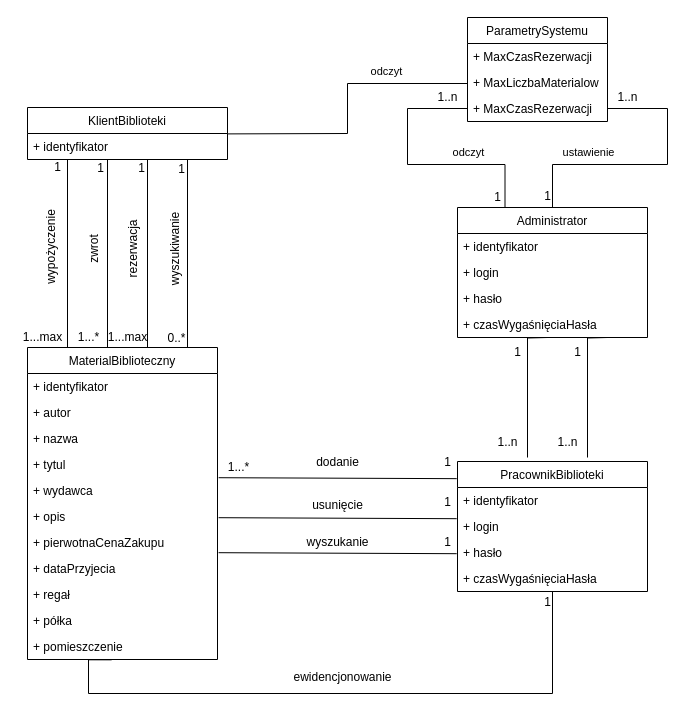
The draw.io diagram Class diagram.drawio in mrogur/inz_opr, before the edit. Source tidied: cells renumbered, new cells numbered last; positions are measured from the earlier drawing's top-left corner, leaving out a move shared by most shapes. Both pictures are drawn from the tidied source at 100%, with x=0, y=0 at pixel (6, 17).
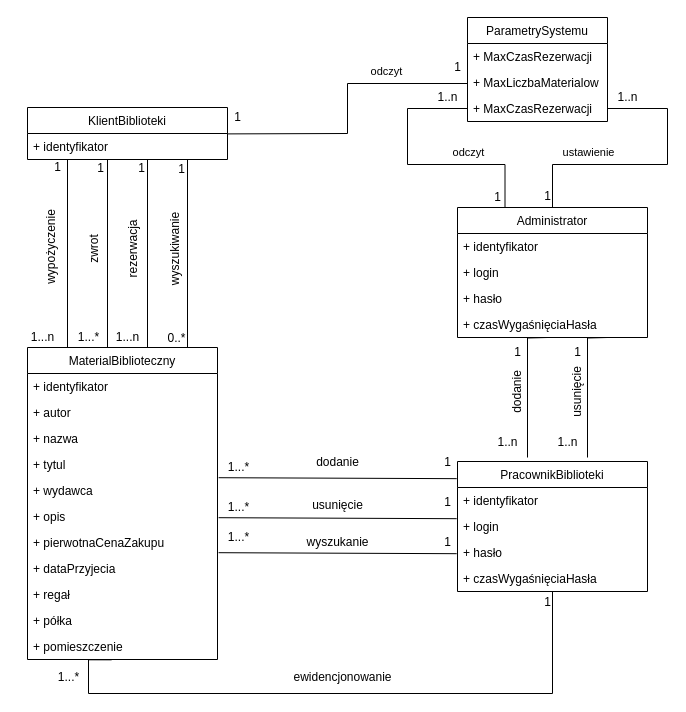
The same page after the edit.

Diff of the diagram source:
```diff
@@
-    <mxCell id="44" value="1...max" style="text;html=1;align=center;verticalAlign=middle;strokeColor=none;fillColor=none;" parent="1" vertex="1">
-      <mxGeometry x="11" y="310" width="50" height="20" as="geometry" />
+    <mxCell id="44" value="1...n" style="text;html=1;align=center;verticalAlign=middle;strokeColor=none;fillColor=none;" parent="1" vertex="1">
+      <mxGeometry x="16" y="310" width="40" height="20" as="geometry" />
     </mxCell>
@@
-    <mxCell id="46" value="1...max" style="text;html=1;align=center;verticalAlign=middle;strokeColor=none;fillColor=none;" parent="1" vertex="1">
-      <mxGeometry x="96" y="310" width="50" height="20" as="geometry" />
+    <mxCell id="46" value="1...n" style="text;html=1;align=center;verticalAlign=middle;strokeColor=none;fillColor=none;" parent="1" vertex="1">
+      <mxGeometry x="101" y="310" width="40" height="20" as="geometry" />
     </mxCell>
@@
+    <mxCell id="73" value="1...*" style="text;html=1;align=center;verticalAlign=middle;strokeColor=none;fillColor=none;" parent="1" vertex="1">
+      <mxGeometry x="212" y="480" width="40" height="20" as="geometry" />
+    </mxCell>
+    <mxCell id="74" value="1...*" style="text;html=1;align=center;verticalAlign=middle;strokeColor=none;fillColor=none;" parent="1" vertex="1">
+      <mxGeometry x="212" y="510" width="40" height="20" as="geometry" />
+    </mxCell>
+    <mxCell id="75" value="1...*" style="text;html=1;align=center;verticalAlign=middle;strokeColor=none;fillColor=none;" parent="1" vertex="1">
+      <mxGeometry x="42" y="650" width="40" height="20" as="geometry" />
+    </mxCell>
+    <mxCell id="76" value="dodanie" style="text;html=1;align=center;verticalAlign=middle;strokeColor=none;fillColor=none;rotation=-90;" parent="1" vertex="1">
+      <mxGeometry x="481" y="365" width="60" height="20" as="geometry" />
+    </mxCell>
+    <mxCell id="77" value="usunięcie" style="text;html=1;align=center;verticalAlign=middle;strokeColor=none;fillColor=none;rotation=-90;" parent="1" vertex="1">
+      <mxGeometry x="536" y="365" width="70" height="20" as="geometry" />
+    </mxCell>
+    <mxCell id="78" value="1" style="text;html=1;align=center;verticalAlign=middle;strokeColor=none;fillColor=none;" parent="1" vertex="1">
+      <mxGeometry x="221" y="90" width="20" height="20" as="geometry" />
+    </mxCell>
+    <mxCell id="79" value="1" style="text;html=1;align=center;verticalAlign=middle;strokeColor=none;fillColor=none;" parent="1" vertex="1">
+      <mxGeometry x="441" y="40" width="20" height="20" as="geometry" />
+    </mxCell>
```
